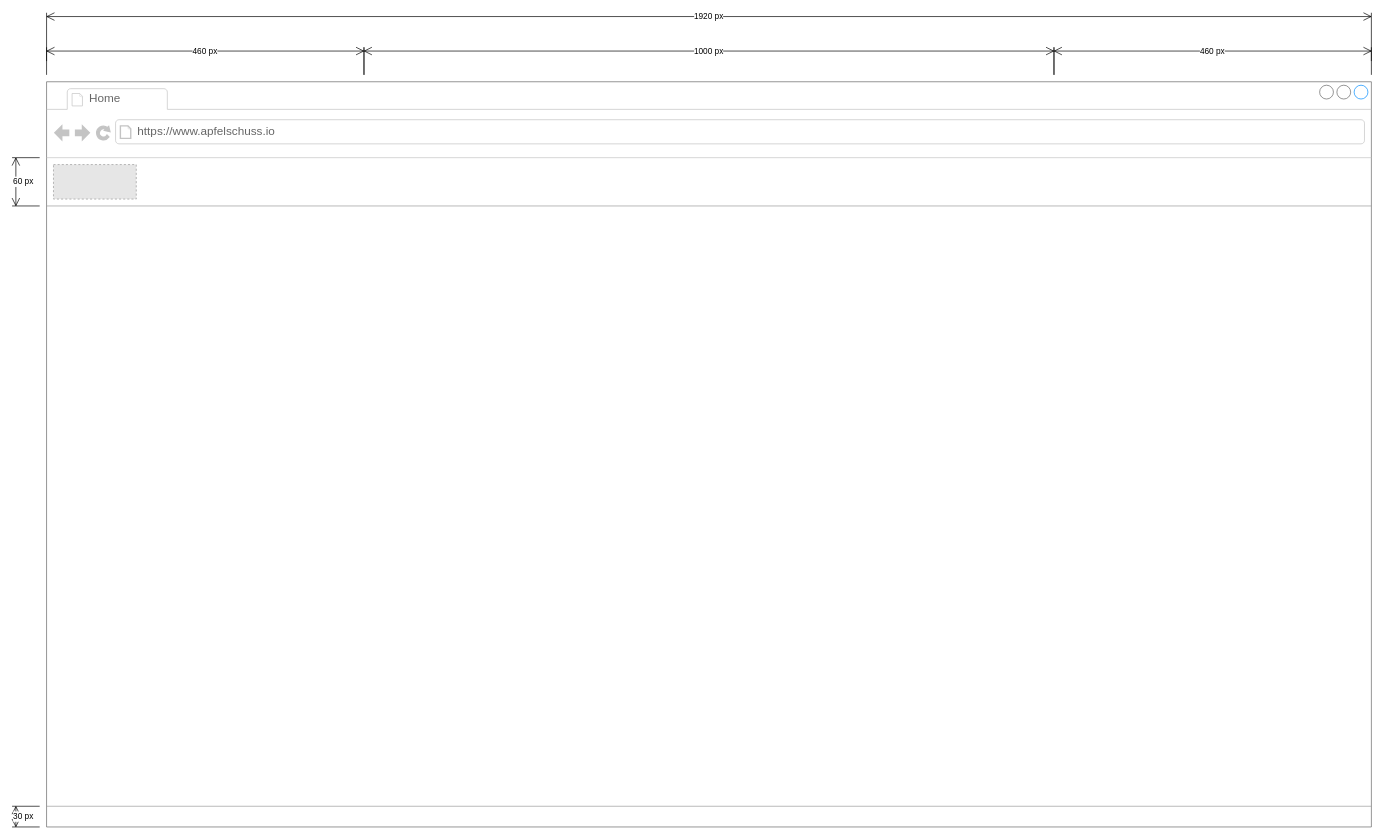
Apfelschuss/apfelschuss-wireframes keeps this draw.io diagram as source/home.drawio. Above is the earlier version. Source tidied: cells renumbered, new cells numbered last; positions are measured from the earlier drawing's top-left corner, leaving out a move shared by most shapes. Both pictures are drawn from the tidied source at 69%, with x=0, y=0 at pixel (12, 12). Pictures stored in the file or linked from it are replaced by grey dashed boxes.
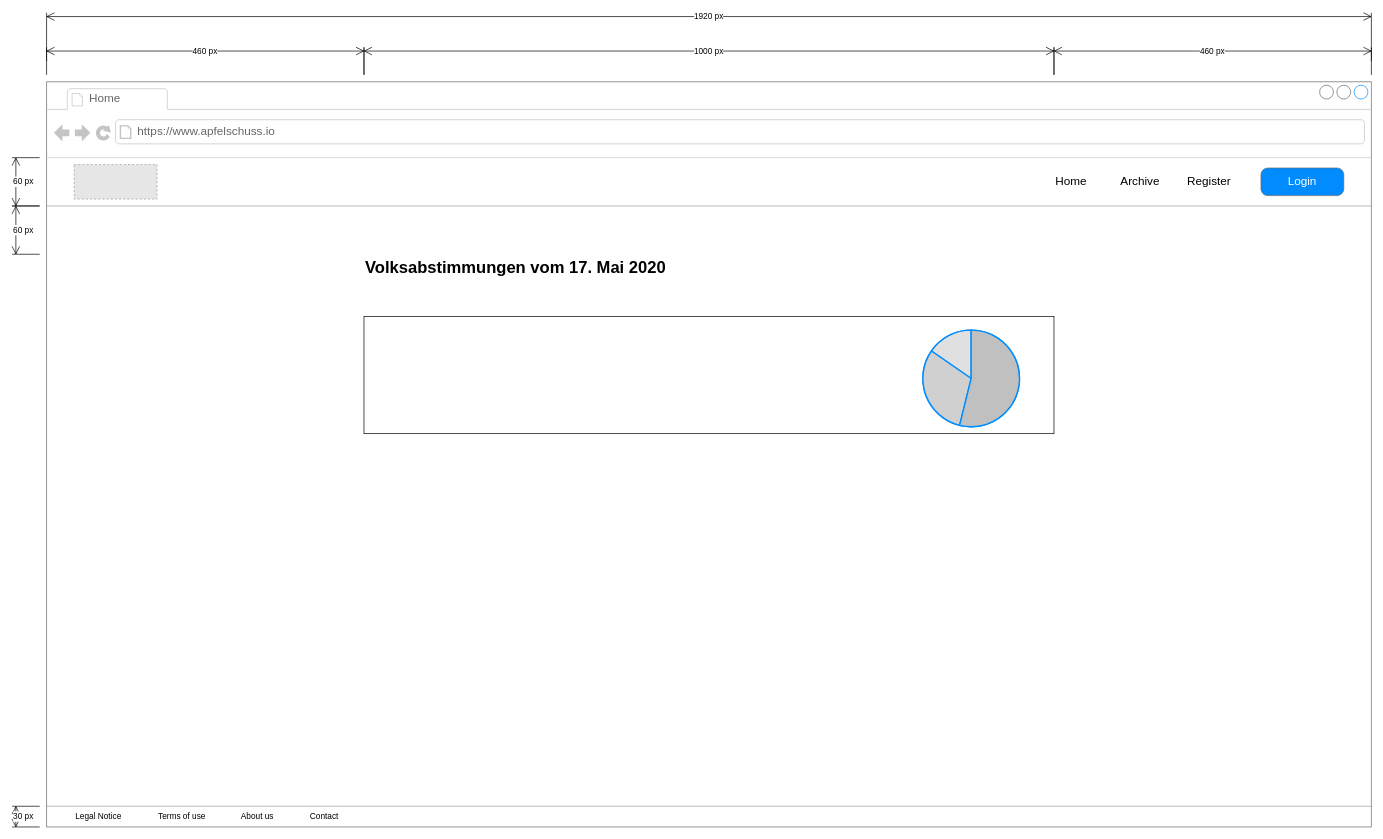
After the change.

Commit message:
Added menu to home

The change refers to these unchanged cells:
```xml
<mxCell id="2" style="strokeWidth=1;shadow=0;dashed=0;align=center;html=1;shape=mxgraph.mockup.containers.browserWindow;rSize=0;strokeColor=#666666;mainText=,;rounded=0;labelBackgroundColor=none;fontFamily=Verdana;fontSize=12;fillColor=#ffffff;" parent="1" vertex="1">
  <mxGeometry x="50" y="100" width="1920" height="1080" as="geometry" />
</mxCell>
```

Diff of the diagram source:
```diff
@@
     <mxCell id="6" style="fillColor=#E6E6E6;strokeColor=#999999;dashed=1;verticalLabelPosition=bottom;verticalAlign=top;" parent="2" vertex="1">
-      <mxGeometry x="10" y="120" width="120" height="50" as="geometry" />
+      <mxGeometry x="40" y="120" width="120" height="50" as="geometry" />
     </mxCell>
@@
+    <mxCell id="14" value="&lt;font style=&quot;font-size: 17px&quot;&gt;Register&lt;/font&gt;" style="text;html=1;strokeColor=none;fillColor=none;align=center;verticalAlign=middle;whiteSpace=wrap;rounded=0;" parent="2" vertex="1">
+      <mxGeometry x="1640" y="135" width="90" height="20" as="geometry" />
+    </mxCell>
+    <mxCell id="15" value="&lt;span style=&quot;font-weight: normal&quot;&gt;Login&lt;/span&gt;" style="strokeWidth=1;shadow=0;dashed=0;align=center;html=1;shape=mxgraph.mockup.buttons.button;strokeColor=#666666;fontColor=#ffffff;mainText=;buttonStyle=round;fontSize=17;fontStyle=1;fillColor=#008cff;whiteSpace=wrap;" parent="2" vertex="1">
+      <mxGeometry x="1760" y="125" width="120" height="40" as="geometry" />
+    </mxCell>
+    <mxCell id="16" value="&lt;font style=&quot;font-size: 17px&quot;&gt;Archive&lt;/font&gt;" style="text;html=1;strokeColor=none;fillColor=none;align=center;verticalAlign=middle;whiteSpace=wrap;rounded=0;" parent="2" vertex="1">
+      <mxGeometry x="1540" y="135" width="90" height="20" as="geometry" />
+    </mxCell>
+    <mxCell id="17" value="&lt;font style=&quot;font-size: 17px&quot;&gt;Home&lt;/font&gt;" style="text;html=1;strokeColor=none;fillColor=none;align=center;verticalAlign=middle;whiteSpace=wrap;rounded=0;" parent="2" vertex="1">
+      <mxGeometry x="1440" y="135" width="90" height="20" as="geometry" />
+    </mxCell>
+    <mxCell id="18" style="rounded=0;whiteSpace=wrap;html=1;" parent="2" vertex="1">
+      <mxGeometry x="460" y="340" width="1000" height="170" as="geometry" />
+    </mxCell>
+    <mxCell id="19" style="verticalLabelPosition=bottom;shadow=0;dashed=0;align=center;html=1;verticalAlign=top;strokeWidth=1;shape=mxgraph.mockup.graphics.pieChart;strokeColor=#008cff;parts=10,20,35;partColors=#e0e0e0,#d0d0d0,#c0c0c0,#b0b0b0,#a0a0a0;strokeWidth=2;" parent="2" vertex="1">
+      <mxGeometry x="1270" y="360" width="140" height="140" as="geometry" />
+    </mxCell>
+    <mxCell id="20" value="Volksabstimmungen vom 17. Mai 2020" style="text;strokeColor=none;fillColor=none;html=1;fontSize=24;fontStyle=1;verticalAlign=middle;align=left;" parent="2" vertex="1">
+      <mxGeometry x="460" y="250" width="580" height="40" as="geometry" />
+    </mxCell>
+    <mxCell id="21" style="edgeStyle=orthogonalEdgeStyle;rounded=0;orthogonalLoop=1;jettySize=auto;html=1;exitX=0.5;exitY=1;exitDx=0;exitDy=0;" parent="2" edge="1" source="18" target="18">
+      <mxGeometry relative="1" as="geometry" />
+    </mxCell>
+    <mxCell id="22" value="&lt;font style=&quot;font-size: 12px&quot;&gt;Legal Notice&lt;/font&gt;" style="text;html=1;strokeColor=none;fillColor=none;align=left;verticalAlign=middle;whiteSpace=wrap;rounded=0;" parent="2" vertex="1">
+      <mxGeometry x="40" y="1055" width="80" height="20" as="geometry" />
+    </mxCell>
+    <mxCell id="23" value="&lt;font style=&quot;font-size: 12px&quot;&gt;Terms of use&lt;/font&gt;" style="text;html=1;strokeColor=none;fillColor=none;align=left;verticalAlign=middle;whiteSpace=wrap;rounded=0;" parent="2" vertex="1">
+      <mxGeometry x="160" y="1055" width="80" height="20" as="geometry" />
+    </mxCell>
+    <mxCell id="24" value="&lt;font style=&quot;font-size: 12px&quot;&gt;About us&lt;/font&gt;" style="text;html=1;strokeColor=none;fillColor=none;align=left;verticalAlign=middle;whiteSpace=wrap;rounded=0;" parent="2" vertex="1">
+      <mxGeometry x="280" y="1055" width="60" height="20" as="geometry" />
+    </mxCell>
+    <mxCell id="25" value="&lt;div style=&quot;&quot;&gt;&lt;span&gt;Contact&lt;/span&gt;&lt;/div&gt;" style="text;html=1;strokeColor=none;fillColor=none;align=left;verticalAlign=middle;whiteSpace=wrap;rounded=0;" parent="2" vertex="1">
+      <mxGeometry x="380" y="1055" width="60" height="20" as="geometry" />
+    </mxCell>
@@
+    <mxCell id="26" value="60 px" style="shape=dimension;direction=south;whiteSpace=wrap;html=1;align=left;verticalAlign=middle;labelBackgroundColor=#ffffff;fillColor=#ffffff;" parent="1" vertex="1">
+      <mxGeometry y="280" width="40" height="70" as="geometry" />
+    </mxCell>
```
